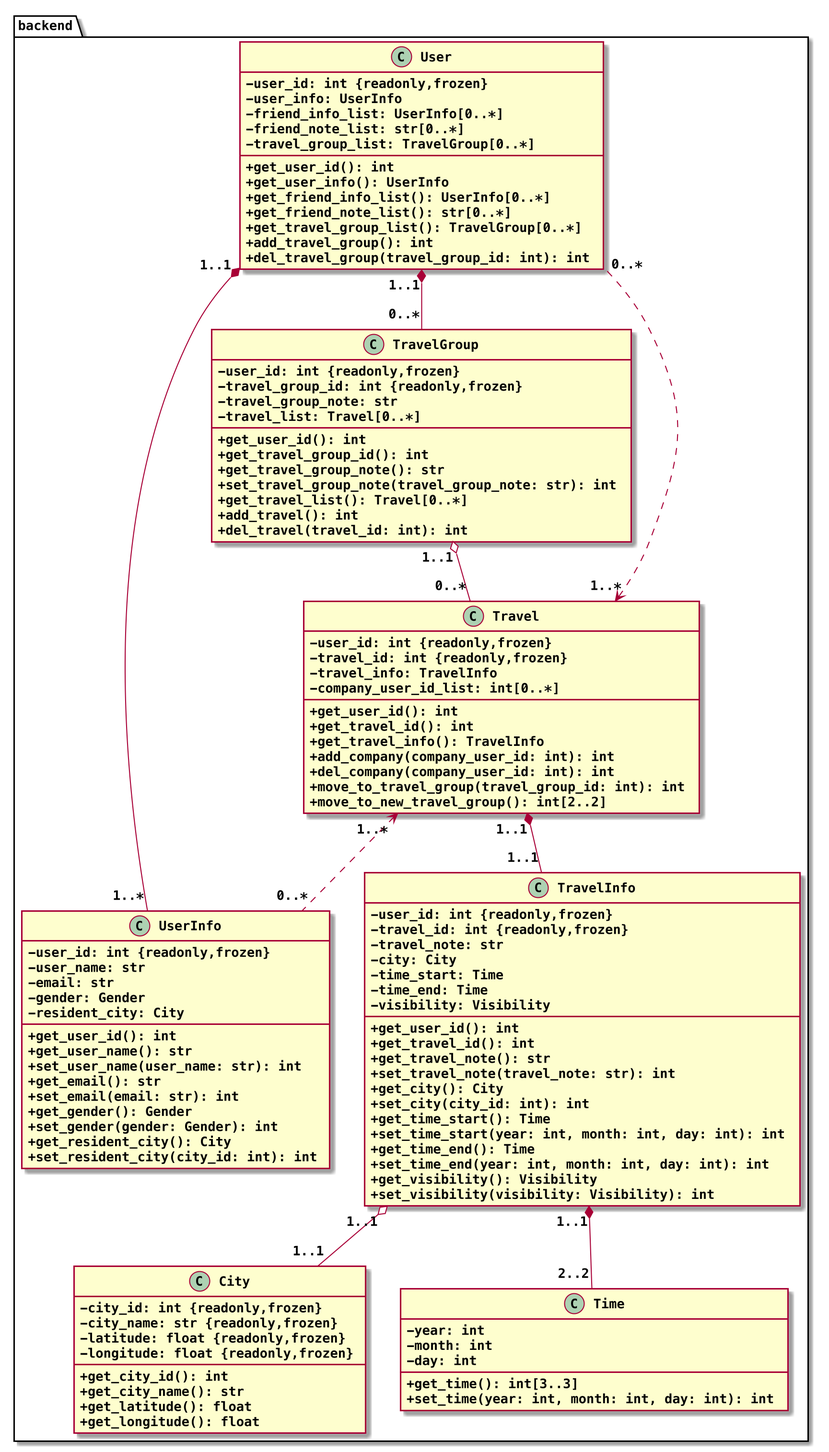
Before: doc/第二阶段课堂展示/ClassDiagram.backend.png, a diagram exported from PlantUML (skyetim/travel_planning_website). Its diagram source:
```plantuml
@startuml

skinparam Dpi 200
skinparam DefaultFont {
    Name Menlo
    Size 13
    Style bold
}
skinparam ClassAttributeIconSize 0

namespace backend {
    User "1..1" *-- "1..*" UserInfo
    User "1..1" *-- "0..*" TravelGroup
    TravelGroup "1..1" o-- "0..*" Travel
    Travel "1..1" *-- "1..1" TravelInfo
    Travel "1..*" <.. "0..*" User
    Travel "1..*" <.. "0..*" UserInfo
    TravelInfo "1..1" o-- "1..1" City
    TravelInfo "1..1" *-- "2..2" Time

    class User {
        - user_id: int {readonly,frozen}
        - user_info: UserInfo
        - friend_info_list: UserInfo[0..*]
        - friend_note_list: str[0..*]
        - travel_group_list: TravelGroup[0..*]
        + get_user_id(): int
        + get_user_info(): UserInfo
        + get_friend_info_list(): UserInfo[0..*]
        + get_friend_note_list(): str[0..*]
        + get_travel_group_list(): TravelGroup[0..*]
        + add_travel_group(): int
        + del_travel_group(travel_group_id: int): int
    }

    class UserInfo {
        - user_id: int {readonly,frozen}
        - user_name: str
        - email: str
        - gender: Gender
        - resident_city: City
        + get_user_id(): int
        + get_user_name(): str
        + set_user_name(user_name: str): int
        + get_email(): str
        + set_email(email: str): int
        + get_gender(): Gender
        + set_gender(gender: Gender): int
        + get_resident_city(): City
        + set_resident_city(city_id: int): int
    }

    class TravelGroup {
        - user_id: int {readonly,frozen}
        - travel_group_id: int {readonly,frozen}
        - travel_group_note: str
        - travel_list: Travel[0..*]
        + get_user_id(): int
        + get_travel_group_id(): int
        + get_travel_group_note(): str
        + set_travel_group_note(travel_group_note: str): int
        + get_travel_list(): Travel[0..*]
        + add_travel(): int
        + del_travel(travel_id: int): int
    }

    class Travel {
        - user_id: int {readonly,frozen}
        - travel_id: int {readonly,frozen}
        - travel_info: TravelInfo
        - company_user_id_list: int[0..*]
        + get_user_id(): int
        + get_travel_id(): int
        + get_travel_info(): TravelInfo
        + add_company(company_user_id: int): int
        + del_company(company_user_id: int): int
        + move_to_travel_group(travel_group_id: int): int
        + move_to_new_travel_group(): int[2..2]
    }

    class TravelInfo {
        - user_id: int {readonly,frozen}
        - travel_id: int {readonly,frozen}
        - travel_note: str
        - city: City
        - time_start: Time
        - time_end: Time
        - visibility: Visibility
        + get_user_id(): int
        + get_travel_id(): int
        + get_travel_note(): str
        + set_travel_note(travel_note: str): int
        + get_city(): City
        + set_city(city_id: int): int
        + get_time_start(): Time
        + set_time_start(year: int, month: int, day: int): int
        + get_time_end(): Time
        + set_time_end(year: int, month: int, day: int): int
        + get_visibility(): Visibility
        + set_visibility(visibility: Visibility): int
    }

    class City {
        - city_id: int {readonly,frozen}
        - city_name: str {readonly,frozen}
        - latitude: float {readonly,frozen}
        - longitude: float {readonly,frozen}
        + get_city_id(): int
        + get_city_name(): str
        + get_latitude(): float
        + get_longitude(): float
    }

    class Time {
        - year: int
        - month: int
        - day: int
        + get_time(): int[3..3]
        + set_time(year: int, month: int, day: int): int
    }
}

@enduml
```
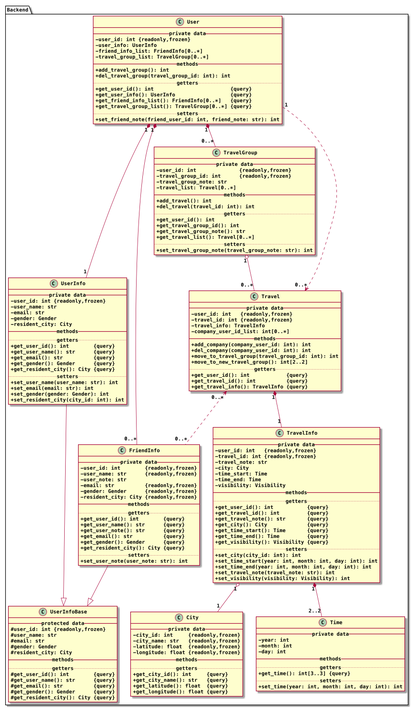
After the change.

Commit message:
refactor: specify user info and friend info

Change to the diagram source:
```diff
@@ -1,4 +1,4 @@
-@startuml
+@startuml ClassDiagram.backend
 
 skinparam Dpi 200
 skinparam DefaultFont {
@@ -8,116 +8,180 @@
 }
 skinparam ClassAttributeIconSize 0
 
-namespace backend {
-    User "1..1" *-- "1..*" UserInfo
-    User "1..1" *-- "0..*" TravelGroup
-    TravelGroup "1..1" o-- "0..*" Travel
-    Travel "1..1" *-- "1..1" TravelInfo
-    Travel "1..*" <.. "0..*" User
-    Travel "1..*" <.. "0..*" UserInfo
-    TravelInfo "1..1" o-- "1..1" City
-    TravelInfo "1..1" *-- "2..2" Time
-
+namespace Backend {
     class User {
+        __ private data __
         - user_id: int {readonly,frozen}
         - user_info: UserInfo
-        - friend_info_list: UserInfo[0..*]
-        - friend_note_list: str[0..*]
+        - friend_info_list: FriendInfo[0..*]
         - travel_group_list: TravelGroup[0..*]
-        + get_user_id(): int
-        + get_user_info(): UserInfo
-        + get_friend_info_list(): UserInfo[0..*]
-        + get_friend_note_list(): str[0..*]
-        + get_travel_group_list(): TravelGroup[0..*]
+        __ methods __
         + add_travel_group(): int
         + del_travel_group(travel_group_id: int): int
+        .. getters ..
+        + get_user_id(): int                         {query}
+        + get_user_info(): UserInfo                  {query}
+        + get_friend_info_list(): FriendInfo[0..*]   {query}
+        + get_travel_group_list(): TravelGroup[0..*] {query}
+        .. setters ..
+        + set_friend_note(friend_user_id: int, friend_note: str): int
+    }
+
+    class UserInfoBase {
+        __ protected data __
+        # user_id: int {readonly,frozen}
+        # user_name: str
+        # email: str
+        # gender: Gender
+        # resident_city: City
+        __ methods __
+        .. getters ..
+        # get_user_id(): int        {query}
+        # get_user_name(): str      {query}
+        # get_email(): str          {query}
+        # get_gender(): Gender      {query}
+        # get_resident_city(): City {query}
     }
 
     class UserInfo {
+        __ private data __
         - user_id: int {readonly,frozen}
         - user_name: str
         - email: str
         - gender: Gender
         - resident_city: City
-        + get_user_id(): int
-        + get_user_name(): str
+        __ methods __
+        .. getters ..
+        + get_user_id(): int        {query}
+        + get_user_name(): str      {query}
+        + get_email(): str          {query}
+        + get_gender(): Gender      {query}
+        + get_resident_city(): City {query}
+        .. setters ..
         + set_user_name(user_name: str): int
-        + get_email(): str
         + set_email(email: str): int
-        + get_gender(): Gender
         + set_gender(gender: Gender): int
-        + get_resident_city(): City
         + set_resident_city(city_id: int): int
     }
 
+    class FriendInfo {
+        __ private data __
+        - user_id: int        {readonly,frozen}
+        - user_name: str      {readonly,frozen}
+        - user_note: str
+        - email: str          {readonly,frozen}
+        - gender: Gender      {readonly,frozen}
+        - resident_city: City {readonly,frozen}
+        __ methods __
+        .. getters ..
+        + get_user_id(): int        {query}
+        + get_user_name(): str      {query}
+        + get_user_note(): str      {query}
+        + get_email(): str          {query}
+        + get_gender(): Gender      {query}
+        + get_resident_city(): City {query}
+        .. setters ..
+        + set_user_note(user_note: str): int
+    }
+
     class TravelGroup {
-        - user_id: int {readonly,frozen}
-        - travel_group_id: int {readonly,frozen}
+        __ private data __
+        - user_id: int              {readonly,frozen}
+        - travel_group_id: int      {readonly,frozen}
         - travel_group_note: str
         - travel_list: Travel[0..*]
+        __ methods __
+        + add_travel(): int
+        + del_travel(travel_id: int): int
+        .. getters ..
         + get_user_id(): int
         + get_travel_group_id(): int
         + get_travel_group_note(): str
+        + get_travel_list(): Travel[0..*]
+        .. setters ..
         + set_travel_group_note(travel_group_note: str): int
-        + get_travel_list(): Travel[0..*]
-        + add_travel(): int
-        + del_travel(travel_id: int): int
     }
 
     class Travel {
-        - user_id: int {readonly,frozen}
+        __ private data __
+        - user_id: int   {readonly,frozen}
         - travel_id: int {readonly,frozen}
         - travel_info: TravelInfo
         - company_user_id_list: int[0..*]
-        + get_user_id(): int
-        + get_travel_id(): int
-        + get_travel_info(): TravelInfo
+        __ methods __
         + add_company(company_user_id: int): int
         + del_company(company_user_id: int): int
         + move_to_travel_group(travel_group_id: int): int
         + move_to_new_travel_group(): int[2..2]
+        .. getters ..
+        + get_user_id(): int            {query}
+        + get_travel_id(): int          {query}
+        + get_travel_info(): TravelInfo {query}
     }
 
     class TravelInfo {
-        - user_id: int {readonly,frozen}
+        __ private data __
+        - user_id: int   {readonly,frozen}
         - travel_id: int {readonly,frozen}
         - travel_note: str
         - city: City
         - time_start: Time
         - time_end: Time
         - visibility: Visibility
-        + get_user_id(): int
-        + get_travel_id(): int
-        + get_travel_note(): str
+        __ methods __
+        .. getters ..
+        + get_user_id(): int           {query}
+        + get_travel_id(): int         {query}
+        + get_travel_note(): str       {query}
+        + get_city(): City             {query}
+        + get_time_start(): Time       {query}
+        + get_time_end(): Time         {query}
+        + get_visibility(): Visibility {query}
+        .. setters ..
+        + set_city(city_id: int): int
+        + set_time_start(year: int, month: int, day: int): int
+        + set_time_end(year: int, month: int, day: int): int
         + set_travel_note(travel_note: str): int
-        + get_city(): City
-        + set_city(city_id: int): int
-        + get_time_start(): Time
-        + set_time_start(year: int, month: int, day: int): int
-        + get_time_end(): Time
-        + set_time_end(year: int, month: int, day: int): int
-        + get_visibility(): Visibility
         + set_visibility(visibility: Visibility): int
     }
 
     class City {
-        - city_id: int {readonly,frozen}
-        - city_name: str {readonly,frozen}
-        - latitude: float {readonly,frozen}
+        __ private data __
+        - city_id: int     {readonly,frozen}
+        - city_name: str   {readonly,frozen}
+        - latitude: float  {readonly,frozen}
         - longitude: float {readonly,frozen}
-        + get_city_id(): int
-        + get_city_name(): str
-        + get_latitude(): float
-        + get_longitude(): float
+        __ methods __
+        .. getters ..
+        + get_city_id(): int     {query}
+        + get_city_name(): str   {query}
+        + get_latitude(): float  {query}
+        + get_longitude(): float {query}
     }
 
     class Time {
+        __ private data __
         - year: int
         - month: int
         - day: int
-        + get_time(): int[3..3]
+        __ methods __
+        .. getters ..
+        + get_time(): int[3..3] {query}
+        .. setters ..
         + set_time(year: int, month: int, day: int): int
     }
+
+    User        "1"    *-- "1"    UserInfo
+    User        "1"    *-- "0..*" FriendInfo
+    User        "1"    *-down- "0..*" TravelGroup
+    UserInfo           --|>           UserInfoBase
+    FriendInfo         --|>           UserInfoBase
+    TravelGroup "1"    o-down- "0..*" Travel
+    Travel      "1"    *-down- "1"    TravelInfo
+    Travel      "0..*" <..     "1"    User
+    Travel      "0..*" <..     "0..*" FriendInfo
+    TravelInfo  "1"    o--     "1"    City
+    TravelInfo  "1"    *--     "2..2" Time
 }
 
 @enduml
```
